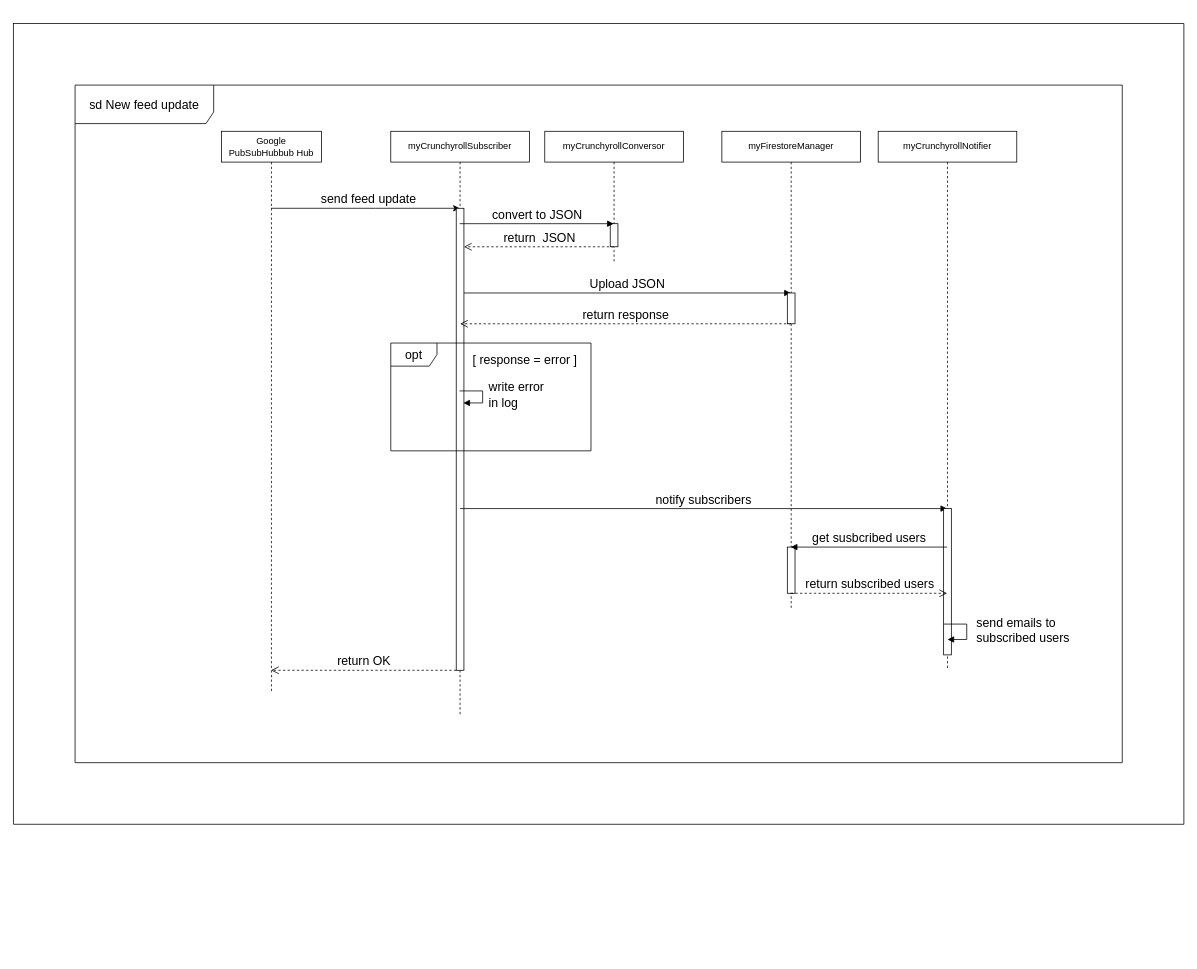
Before: documentación/documentación del producto/documentación del sistema/documentación del diseño/Diagrama de secuencia.drawio in GaelCodes/MyAnime, a draw.io diagram. Source tidied: cells renumbered, new cells numbered last; positions are measured from the earlier drawing's top-left corner, leaving out a move shared by most shapes. Both pictures are drawn from the tidied source at 77%, with x=0, y=0 at pixel (13, 23).
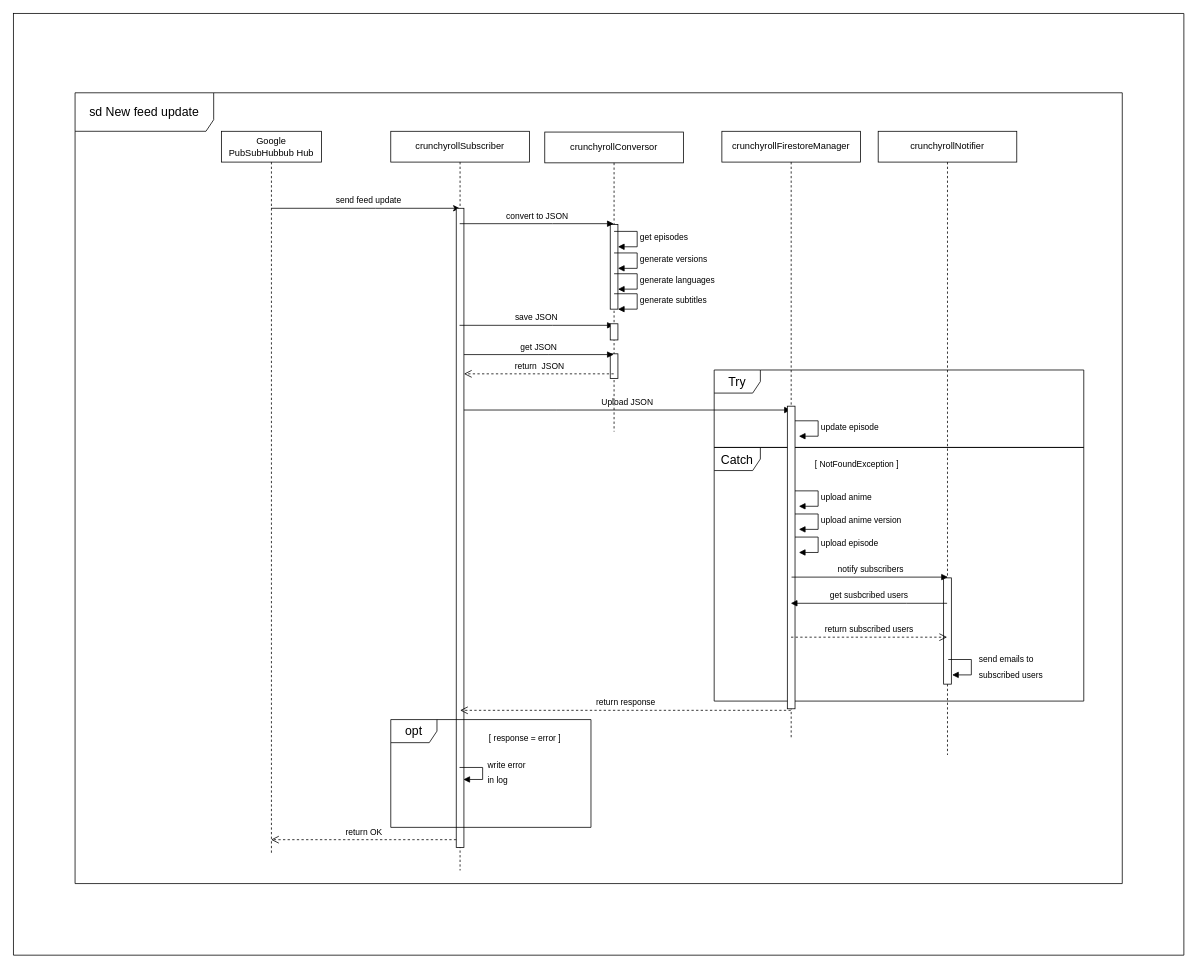
After the change.

Commit message (it also covers changes not shown here):
Actualizado diagrama de secuencia [GA-8]

Unchanged cells that the change refers to:
```xml
<mxCell id="21" style="group;" parent="20" vertex="1">
  <mxGeometry width="260" height="140" as="geometry" />
</mxCell>
```

What changed in the source:
```diff
@@
+    <mxCell id="28" style="shape=table;startSize=0;childLayout=tableLayout;sketch=0;fontSize=16;fillColor=none;" parent="1" vertex="1">
+      <mxGeometry y="-13" width="1520" height="1223" as="geometry" />
+    </mxCell>
+    <mxCell id="29" style="shape=tableRow;horizontal=0;startSize=0;swimlaneHead=0;swimlaneBody=0;top=0;left=0;bottom=0;right=0;fillColor=none;sketch=0;fontSize=16;" parent="28" vertex="1">
+      <mxGeometry width="1520" height="1223" as="geometry" />
+    </mxCell>
+    <mxCell id="30" style="shape=partialRectangle;html=1;whiteSpace=wrap;overflow=hidden;fillColor=none;top=0;left=0;bottom=0;right=0;sketch=0;fontSize=16;" parent="29" vertex="1">
+      <mxGeometry width="1520" height="1223" as="geometry" />
+    </mxCell>
     <mxCell id="2" value="sd New feed update" style="shape=umlFrame;whiteSpace=wrap;html=1;fontSize=16;width=180;height=50;sketch=0;" parent="1" vertex="1">
-      <mxGeometry x="80" y="80" width="1360" height="880" as="geometry" />
+      <mxGeometry x="80" y="90" width="1360" height="1027" as="geometry" />
     </mxCell>
+    <mxCell id="31" style="group;" parent="1" vertex="1">
+      <mxGeometry x="910" y="450" width="480" height="430" as="geometry" />
+    </mxCell>
+    <mxCell id="32" value="Catch" style="shape=umlFrame;whiteSpace=wrap;html=1;fontSize=16;" parent="31" vertex="1">
+      <mxGeometry y="100.6" width="480" height="329.4" as="geometry" />
+    </mxCell>
+    <mxCell id="33" value="Try" style="shape=umlFrame;whiteSpace=wrap;html=1;fontSize=16;" parent="31" vertex="1">
+      <mxGeometry width="480" height="100.6" as="geometry" />
+    </mxCell>
+    <mxCell id="34" value="&lt;font style=&quot;font-size: 11px&quot;&gt;[ NotFoundException ]&lt;/font&gt;" style="text;html=1;strokeColor=none;fillColor=none;align=center;verticalAlign=middle;whiteSpace=wrap;rounded=0;dashed=1;fontSize=16;" parent="31" vertex="1">
+      <mxGeometry x="110" y="109.8" width="151.1" height="22" as="geometry" />
+    </mxCell>
-    <mxCell id="3" value="&lt;font style=&quot;font-size: 16px&quot;&gt;&amp;nbsp; send feed update&amp;nbsp;&amp;nbsp;&lt;/font&gt;" style="edgeStyle=orthogonalEdgeStyle;rounded=0;jettySize=auto;html=1;fontSize=36;strokeColor=default;labelBackgroundColor=none;" parent="1" edge="1" source="4" target="5">
+    <mxCell id="3" value="&lt;font style=&quot;font-size: 11px&quot;&gt;&amp;nbsp; send feed update&amp;nbsp;&amp;nbsp;&lt;/font&gt;" style="edgeStyle=orthogonalEdgeStyle;rounded=0;jettySize=auto;html=1;fontSize=36;strokeColor=default;labelBackgroundColor=none;" parent="1" edge="1" source="4" target="5">
       <mxGeometry x="0.03" y="20" relative="1" as="geometry">
         <Array as="points">
           <mxPoint x="470" y="240" />
           <mxPoint x="470" y="240" />
         </Array>
       </mxGeometry>
     </mxCell>
     <mxCell id="4" value="Google&lt;br&gt;PubSubHubbub Hub" style="shape=umlLifeline;perimeter=lifelinePerimeter;whiteSpace=wrap;html=1;outlineConnect=0;" parent="1" vertex="1">
-      <mxGeometry x="270" y="140" width="130" height="730" as="geometry" />
+      <mxGeometry x="270" y="140" width="130" height="940" as="geometry" />
     </mxCell>
-    <mxCell id="5" value="myCrunchyrollSubscriber" style="shape=umlLifeline;perimeter=lifelinePerimeter;whiteSpace=wrap;html=1;outlineConnect=0;" parent="1" vertex="1">
-      <mxGeometry x="490" y="140" width="180" height="760" as="geometry" />
+    <mxCell id="5" value="crunchyrollSubscriber" style="shape=umlLifeline;perimeter=lifelinePerimeter;whiteSpace=wrap;html=1;outlineConnect=0;" parent="1" vertex="1">
+      <mxGeometry x="490" y="140" width="180" height="960" as="geometry" />
     </mxCell>
     <mxCell id="6" style="html=1;points=[];perimeter=orthogonalPerimeter;fontSize=16;" parent="5" vertex="1">
-      <mxGeometry x="85" y="100" width="10" height="600" as="geometry" />
+      <mxGeometry x="85" y="100" width="10" height="830" as="geometry" />
     </mxCell>
-    <mxCell id="7" value="notify subscribers" style="html=1;verticalAlign=bottom;endArrow=block;rounded=0;labelBackgroundColor=none;fontSize=16;strokeColor=default;" parent="5" edge="1" target="14">
-      <mxGeometry relative="1" as="geometry">
-        <mxPoint x="90" y="490" as="sourcePoint" />
-      </mxGeometry>
-    </mxCell>
+    <mxCell id="35" value="&lt;font style=&quot;font-size: 11px&quot;&gt;save JSON&lt;/font&gt;" style="html=1;verticalAlign=bottom;endArrow=block;rounded=0;labelBackgroundColor=none;fontSize=16;strokeColor=default;" parent="5" edge="1">
+      <mxGeometry relative="1" as="geometry">
+        <mxPoint x="89.3" y="252" as="sourcePoint" />
+        <mxPoint x="289.5" y="252" as="targetPoint" />
+        <Array as="points">
+          <mxPoint x="209.8" y="252" />
+        </Array>
+      </mxGeometry>
+    </mxCell>
-    <mxCell id="8" value="myCrunchyrollConversor" style="shape=umlLifeline;perimeter=lifelinePerimeter;whiteSpace=wrap;html=1;outlineConnect=0;" parent="1" vertex="1">
-      <mxGeometry x="690" y="140" width="180" height="170" as="geometry" />
+    <mxCell id="8" value="crunchyrollConversor" style="shape=umlLifeline;perimeter=lifelinePerimeter;whiteSpace=wrap;html=1;outlineConnect=0;" parent="1" vertex="1">
+      <mxGeometry x="690" y="141" width="180" height="389" as="geometry" />
     </mxCell>
     <mxCell id="9" style="html=1;perimeter=orthogonalPerimeter;fontSize=16;" parent="8" vertex="1">
-      <mxGeometry x="85" y="120" width="10" height="30" as="geometry" />
+      <mxGeometry x="85" y="120" width="10" height="110" as="geometry" />
     </mxCell>
-    <mxCell id="10" value="Upload JSON" style="html=1;verticalAlign=bottom;endArrow=block;rounded=0;labelBackgroundColor=none;fontSize=16;strokeColor=default;" parent="8" edge="1" target="11">
+    <mxCell id="10" value="&lt;font style=&quot;font-size: 11px&quot;&gt;Upload JSON&lt;/font&gt;" style="html=1;verticalAlign=bottom;endArrow=block;rounded=0;labelBackgroundColor=none;fontSize=16;strokeColor=default;" parent="8" edge="1">
       <mxGeometry relative="1" as="geometry">
-        <mxPoint x="-105" y="210" as="sourcePoint" />
+        <mxPoint x="-105" y="361" as="sourcePoint" />
+        <mxPoint x="319.5" y="361" as="targetPoint" />
         <Array as="points">
-          <mxPoint x="15.7" y="210" />
+          <mxPoint x="15.7" y="361" />
         </Array>
       </mxGeometry>
     </mxCell>
+    <mxCell id="36" value="get episodes" style="edgeStyle=orthogonalEdgeStyle;html=1;align=left;spacingLeft=2;endArrow=block;rounded=0;entryX=1;entryY=0;fontSize=11;" parent="8" edge="1">
+      <mxGeometry relative="1" as="geometry">
+        <mxPoint x="90" y="129" as="sourcePoint" />
+        <mxPoint x="95" y="149" as="targetPoint" />
+        <Array as="points">
+          <mxPoint x="120" y="129" />
+        </Array>
+      </mxGeometry>
+    </mxCell>
+    <mxCell id="37" style="html=1;perimeter=orthogonalPerimeter;fontSize=16;" parent="8" vertex="1">
+      <mxGeometry x="85" y="249" width="10" height="21" as="geometry" />
+    </mxCell>
+    <mxCell id="38" style="html=1;perimeter=orthogonalPerimeter;fontSize=16;" parent="8" vertex="1">
+      <mxGeometry x="85" y="288" width="10" height="32" as="geometry" />
+    </mxCell>
-    <mxCell id="11" value="myFirestoreManager" style="shape=umlLifeline;perimeter=lifelinePerimeter;whiteSpace=wrap;html=1;outlineConnect=0;" parent="1" vertex="1">
-      <mxGeometry x="920" y="140" width="180" height="620" as="geometry" />
+    <mxCell id="11" value="crunchyrollFirestoreManager" style="shape=umlLifeline;perimeter=lifelinePerimeter;whiteSpace=wrap;html=1;outlineConnect=0;" parent="1" vertex="1">
+      <mxGeometry x="920" y="140" width="180" height="790" as="geometry" />
     </mxCell>
     <mxCell id="12" style="html=1;perimeter=orthogonalPerimeter;sketch=0;fontSize=16;" parent="11" vertex="1">
-      <mxGeometry x="85" y="210" width="10" height="40" as="geometry" />
+      <mxGeometry x="85" y="357" width="10" height="393" as="geometry" />
     </mxCell>
-    <mxCell id="13" style="html=1;perimeter=orthogonalPerimeter;sketch=0;fontSize=16;" parent="11" vertex="1">
-      <mxGeometry x="85" y="540" width="10" height="60" as="geometry" />
-    </mxCell>
+    <mxCell id="39" value="update episode" style="edgeStyle=orthogonalEdgeStyle;html=1;align=left;spacingLeft=2;endArrow=block;rounded=0;entryX=1;entryY=0;" parent="11" edge="1">
+      <mxGeometry relative="1" as="geometry">
+        <mxPoint x="95" y="376" as="sourcePoint" />
+        <mxPoint x="100" y="396" as="targetPoint" />
+        <Array as="points">
+          <mxPoint x="125" y="376" />
+        </Array>
+      </mxGeometry>
+    </mxCell>
+    <mxCell id="40" value="upload anime" style="edgeStyle=orthogonalEdgeStyle;html=1;align=left;spacingLeft=2;endArrow=block;rounded=0;entryX=1;entryY=0;" parent="11" edge="1">
+      <mxGeometry relative="1" as="geometry">
+        <mxPoint x="95" y="467" as="sourcePoint" />
+        <mxPoint x="100" y="487" as="targetPoint" />
+        <Array as="points">
+          <mxPoint x="125" y="467" />
+        </Array>
+      </mxGeometry>
+    </mxCell>
+    <mxCell id="41" value="upload anime version" style="edgeStyle=orthogonalEdgeStyle;html=1;align=left;spacingLeft=2;endArrow=block;rounded=0;entryX=1;entryY=0;" parent="11" edge="1">
+      <mxGeometry relative="1" as="geometry">
+        <mxPoint x="95" y="497" as="sourcePoint" />
+        <mxPoint x="100" y="517" as="targetPoint" />
+        <Array as="points">
+          <mxPoint x="125" y="497" />
+        </Array>
+      </mxGeometry>
+    </mxCell>
+    <mxCell id="42" value="upload episode" style="edgeStyle=orthogonalEdgeStyle;html=1;align=left;spacingLeft=2;endArrow=block;rounded=0;entryX=1;entryY=0;" parent="11" edge="1">
+      <mxGeometry relative="1" as="geometry">
+        <mxPoint x="95" y="527" as="sourcePoint" />
+        <mxPoint x="100" y="547" as="targetPoint" />
+        <Array as="points">
+          <mxPoint x="125" y="527" />
+        </Array>
+      </mxGeometry>
+    </mxCell>
-    <mxCell id="14" value="myCrunchyrollNotifier" style="shape=umlLifeline;perimeter=lifelinePerimeter;whiteSpace=wrap;html=1;outlineConnect=0;" parent="1" vertex="1">
-      <mxGeometry x="1123" y="140" width="180" height="700" as="geometry" />
+    <mxCell id="14" value="crunchyrollNotifier" style="shape=umlLifeline;perimeter=lifelinePerimeter;whiteSpace=wrap;html=1;outlineConnect=0;" parent="1" vertex="1">
+      <mxGeometry x="1123" y="140" width="180" height="810" as="geometry" />
     </mxCell>
     <mxCell id="15" style="html=1;perimeter=orthogonalPerimeter;sketch=0;fontSize=16;" parent="14" vertex="1">
-      <mxGeometry x="85" y="490" width="10" height="190" as="geometry" />
+      <mxGeometry x="85" y="580" width="10" height="138" as="geometry" />
     </mxCell>
-    <mxCell id="16" value="&amp;nbsp; send emails to &lt;br&gt;&amp;nbsp; subscribed users" style="edgeStyle=orthogonalEdgeStyle;html=1;align=left;spacingLeft=2;endArrow=block;rounded=0;entryX=1;entryY=0;labelBackgroundColor=none;fontSize=16;strokeColor=default;" parent="14" edge="1">
+    <mxCell id="16" value="&lt;font style=&quot;font-size: 11px&quot;&gt;&amp;nbsp; send emails to &lt;br&gt;&amp;nbsp; subscribed users&lt;/font&gt;" style="edgeStyle=orthogonalEdgeStyle;html=1;align=left;spacingLeft=2;endArrow=block;rounded=0;entryX=1;entryY=0;labelBackgroundColor=none;fontSize=16;strokeColor=default;" parent="14" edge="1">
       <mxGeometry relative="1" as="geometry">
-        <mxPoint x="85" y="640" as="sourcePoint" />
-        <mxPoint x="90" y="660" as="targetPoint" />
+        <mxPoint x="91" y="686" as="sourcePoint" />
+        <mxPoint x="96" y="706" as="targetPoint" />
         <Array as="points">
-          <mxPoint x="115" y="640" />
+          <mxPoint x="121" y="686" />
         </Array>
       </mxGeometry>
     </mxCell>
-    <mxCell id="17" value="convert to JSON" style="html=1;verticalAlign=bottom;endArrow=block;rounded=0;labelBackgroundColor=none;fontSize=16;strokeColor=default;" parent="1" edge="1" source="5" target="8">
+    <mxCell id="17" value="&lt;font style=&quot;font-size: 11px&quot;&gt;convert to JSON&lt;/font&gt;" style="html=1;verticalAlign=bottom;endArrow=block;rounded=0;labelBackgroundColor=none;fontSize=16;strokeColor=default;" parent="1" edge="1" source="5" target="8">
       <mxGeometry relative="1" as="geometry">
         <Array as="points">
           <mxPoint x="700" y="260" />
         </Array>
       </mxGeometry>
     </mxCell>
-    <mxCell id="18" value="return&amp;nbsp; JSON" style="html=1;verticalAlign=bottom;endArrow=open;dashed=1;endSize=8;rounded=0;labelBackgroundColor=none;fontSize=16;strokeColor=default;" parent="1" edge="1" source="8" target="6">
+    <mxCell id="18" value="&lt;font style=&quot;font-size: 11px&quot;&gt;return&amp;nbsp; JSON&lt;/font&gt;" style="html=1;verticalAlign=bottom;endArrow=open;dashed=1;endSize=8;rounded=0;labelBackgroundColor=none;fontSize=16;strokeColor=default;" parent="1" edge="1">
       <mxGeometry relative="1" as="geometry">
+        <mxPoint x="779.5" y="455" as="sourcePoint" />
+        <mxPoint x="585" y="455" as="targetPoint" />
         <Array as="points">
-          <mxPoint x="720" y="290" />
+          <mxPoint x="720" y="455" />
         </Array>
       </mxGeometry>
     </mxCell>
-    <mxCell id="19" value="return response" style="html=1;verticalAlign=bottom;endArrow=open;dashed=1;endSize=8;rounded=0;labelBackgroundColor=none;fontSize=16;strokeColor=default;" parent="1" edge="1" source="11">
+    <mxCell id="19" value="&lt;font style=&quot;font-size: 11px&quot;&gt;return response&lt;/font&gt;" style="html=1;verticalAlign=bottom;endArrow=open;dashed=1;endSize=8;rounded=0;labelBackgroundColor=none;fontSize=16;strokeColor=default;" parent="1" edge="1">
       <mxGeometry relative="1" as="geometry">
-        <mxPoint x="580" y="390" as="targetPoint" />
+        <mxPoint x="1009.5" y="892" as="sourcePoint" />
+        <mxPoint x="580" y="892" as="targetPoint" />
       </mxGeometry>
     </mxCell>
     <mxCell id="20" style="group;" parent="1" vertex="1">
-      <mxGeometry x="490" y="415" width="260" height="140" as="geometry" />
+      <mxGeometry x="490" y="904" width="260" height="140" as="geometry" />
     </mxCell>
@@
-    <mxCell id="23" value="[ response = error ]" style="text;html=1;strokeColor=none;fillColor=none;align=center;verticalAlign=middle;whiteSpace=wrap;rounded=0;dashed=1;fontSize=16;" parent="21" vertex="1">
+    <mxCell id="23" value="&lt;font style=&quot;font-size: 11px&quot;&gt;[ response = error ]&lt;/font&gt;" style="text;html=1;strokeColor=none;fillColor=none;align=center;verticalAlign=middle;whiteSpace=wrap;rounded=0;dashed=1;fontSize=16;" parent="21" vertex="1">
       <mxGeometry x="89.3" y="10.8" width="170.7" height="22.5" as="geometry" />
     </mxCell>
-    <mxCell id="24" value="&amp;nbsp;write error&lt;br&gt;&amp;nbsp;in log&amp;nbsp;" style="edgeStyle=orthogonalEdgeStyle;html=1;align=left;spacingLeft=2;endArrow=block;rounded=0;entryX=1;entryY=0;labelBackgroundColor=none;fontSize=16;strokeColor=default;" parent="21" edge="1">
+    <mxCell id="24" value="&lt;font style=&quot;font-size: 11px&quot;&gt;&amp;nbsp;write error&lt;br&gt;&amp;nbsp;in log&amp;nbsp;&lt;/font&gt;" style="edgeStyle=orthogonalEdgeStyle;html=1;align=left;spacingLeft=2;endArrow=block;rounded=0;entryX=1;entryY=0;labelBackgroundColor=none;fontSize=16;strokeColor=default;" parent="21" edge="1">
       <mxGeometry relative="1" as="geometry">
         <mxPoint x="89.3" y="62.2" as="sourcePoint" />
         <mxPoint x="94.3" y="77.8" as="targetPoint" />
         <Array as="points">
           <mxPoint x="119.3" y="62.2" />
         </Array>
       </mxGeometry>
     </mxCell>
-    <mxCell id="25" value="get susbcribed users" style="html=1;verticalAlign=bottom;endArrow=block;rounded=0;labelBackgroundColor=none;fontSize=16;strokeColor=default;" parent="1" edge="1" source="14" target="11">
+    <mxCell id="25" value="&lt;font style=&quot;font-size: 11px&quot;&gt;get susbcribed users&lt;/font&gt;" style="html=1;verticalAlign=bottom;endArrow=block;rounded=0;labelBackgroundColor=none;fontSize=16;strokeColor=default;" parent="1" edge="1">
       <mxGeometry relative="1" as="geometry">
+        <mxPoint x="1212.5" y="753" as="sourcePoint" />
+        <mxPoint x="1009.5" y="753" as="targetPoint" />
         <Array as="points">
-          <mxPoint x="1160" y="680" />
+          <mxPoint x="1160" y="753" />
         </Array>
       </mxGeometry>
     </mxCell>
-    <mxCell id="26" value="return subscribed users" style="html=1;verticalAlign=bottom;endArrow=open;dashed=1;endSize=8;rounded=0;labelBackgroundColor=none;fontSize=16;strokeColor=default;" parent="1" edge="1" source="11" target="14">
+    <mxCell id="26" value="&lt;font style=&quot;font-size: 11px&quot;&gt;return subscribed users&lt;/font&gt;" style="html=1;verticalAlign=bottom;endArrow=open;dashed=1;endSize=8;rounded=0;labelBackgroundColor=none;fontSize=16;strokeColor=default;" parent="1" edge="1">
       <mxGeometry relative="1" as="geometry">
+        <mxPoint x="1009.8" y="797" as="sourcePoint" />
+        <mxPoint x="1212.5" y="797" as="targetPoint" />
         <Array as="points">
-          <mxPoint x="1040" y="740" />
+          <mxPoint x="1040" y="797" />
         </Array>
       </mxGeometry>
     </mxCell>
-    <mxCell id="27" value="return OK" style="html=1;verticalAlign=bottom;endArrow=open;dashed=1;endSize=8;rounded=0;labelBackgroundColor=none;fontSize=16;strokeColor=default;" parent="1" edge="1" source="6" target="4">
+    <mxCell id="27" value="&lt;font style=&quot;font-size: 11px&quot;&gt;return OK&lt;/font&gt;" style="html=1;verticalAlign=bottom;endArrow=open;dashed=1;endSize=8;rounded=0;labelBackgroundColor=none;fontSize=16;strokeColor=default;" parent="1" edge="1">
       <mxGeometry relative="1" as="geometry">
+        <mxPoint x="575" y="1060" as="sourcePoint" />
+        <mxPoint x="334.5" y="1060" as="targetPoint" />
         <Array as="points">
-          <mxPoint x="520" y="840" />
-          <mxPoint x="410" y="840" />
+          <mxPoint x="520" y="1060" />
+          <mxPoint x="410" y="1060" />
         </Array>
       </mxGeometry>
     </mxCell>
-    <mxCell id="28" style="shape=table;startSize=0;childLayout=tableLayout;sketch=0;fontSize=16;fillColor=none;" parent="1" vertex="1">
-      <mxGeometry width="1520" height="1040" as="geometry" />
-    </mxCell>
-    <mxCell id="29" style="shape=tableRow;horizontal=0;startSize=0;swimlaneHead=0;swimlaneBody=0;top=0;left=0;bottom=0;right=0;fillColor=none;sketch=0;fontSize=16;" parent="28" vertex="1">
-      <mxGeometry width="1520" height="1040" as="geometry" />
-    </mxCell>
-    <mxCell id="30" style="shape=partialRectangle;html=1;whiteSpace=wrap;overflow=hidden;fillColor=none;top=0;left=0;bottom=0;right=0;sketch=0;fontSize=16;" parent="29" vertex="1">
-      <mxGeometry width="1520" height="1040" as="geometry" />
-    </mxCell>
+    <mxCell id="7" value="&lt;font style=&quot;font-size: 11px&quot;&gt;notify subscribers&lt;/font&gt;" style="html=1;verticalAlign=bottom;endArrow=block;rounded=0;labelBackgroundColor=none;fontSize=16;strokeColor=default;" parent="1" edge="1">
+      <mxGeometry relative="1" as="geometry">
+        <mxPoint x="1010.5" y="719" as="sourcePoint" />
+        <mxPoint x="1213.5" y="719" as="targetPoint" />
+      </mxGeometry>
+    </mxCell>
+    <mxCell id="43" value="generate versions" style="edgeStyle=orthogonalEdgeStyle;html=1;align=left;spacingLeft=2;endArrow=block;rounded=0;entryX=1;entryY=0;fontSize=11;" parent="1" edge="1">
+      <mxGeometry relative="1" as="geometry">
+        <mxPoint x="780" y="298" as="sourcePoint" />
+        <mxPoint x="785" y="318" as="targetPoint" />
+        <Array as="points">
+          <mxPoint x="810" y="298" />
+        </Array>
+      </mxGeometry>
+    </mxCell>
+    <mxCell id="44" value="generate languages" style="edgeStyle=orthogonalEdgeStyle;html=1;align=left;spacingLeft=2;endArrow=block;rounded=0;entryX=1;entryY=0;fontSize=11;" parent="1" edge="1">
+      <mxGeometry relative="1" as="geometry">
+        <mxPoint x="780" y="325" as="sourcePoint" />
+        <mxPoint x="785" y="345" as="targetPoint" />
+        <Array as="points">
+          <mxPoint x="810" y="325" />
+        </Array>
+      </mxGeometry>
+    </mxCell>
+    <mxCell id="45" value="generate subtitles" style="edgeStyle=orthogonalEdgeStyle;html=1;align=left;spacingLeft=2;endArrow=block;rounded=0;entryX=1;entryY=0;fontSize=11;" parent="1" edge="1">
+      <mxGeometry relative="1" as="geometry">
+        <mxPoint x="780" y="351" as="sourcePoint" />
+        <mxPoint x="785" y="371" as="targetPoint" />
+        <Array as="points">
+          <mxPoint x="810" y="351" />
+        </Array>
+      </mxGeometry>
+    </mxCell>
+    <mxCell id="46" value="&lt;font style=&quot;font-size: 11px&quot;&gt;get JSON&lt;/font&gt;" style="html=1;verticalAlign=bottom;endArrow=block;rounded=0;labelBackgroundColor=none;fontSize=16;strokeColor=default;" parent="1" edge="1" source="6" target="8">
+      <mxGeometry relative="1" as="geometry">
+        <Array as="points">
+          <mxPoint x="695.3" y="430" />
+        </Array>
+      </mxGeometry>
+    </mxCell>
```
